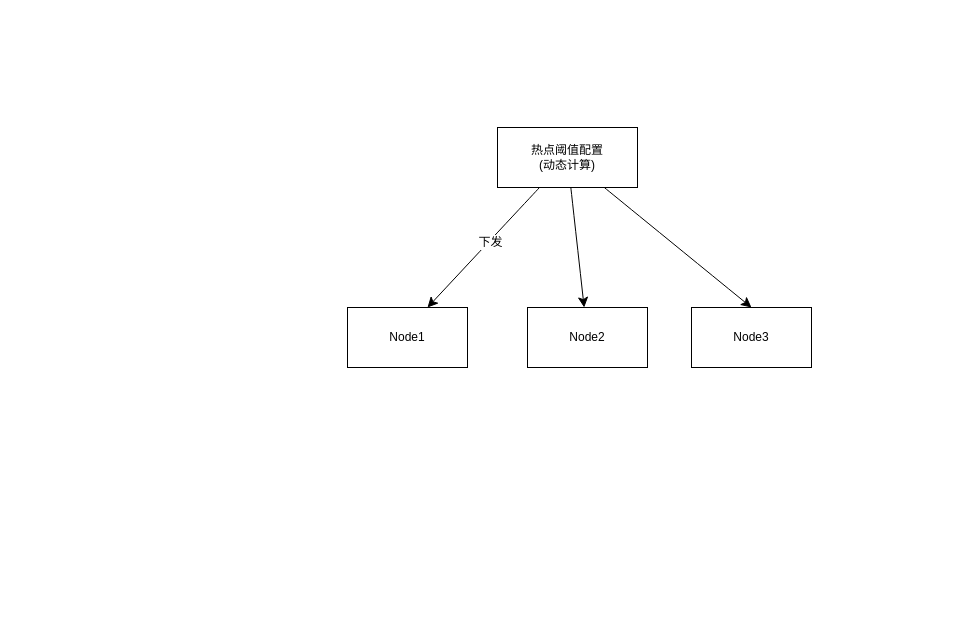
Above: 未命名绘图.drawio in codingWhat/drawio (draw.io), before the change. Source tidied: cells renumbered, new cells numbered last; positions are measured from the earlier drawing's top-left corner, leaving out a move shared by most shapes. Both pictures are drawn from the tidied source at 100%, with x=0, y=0 at pixel (347, 127).
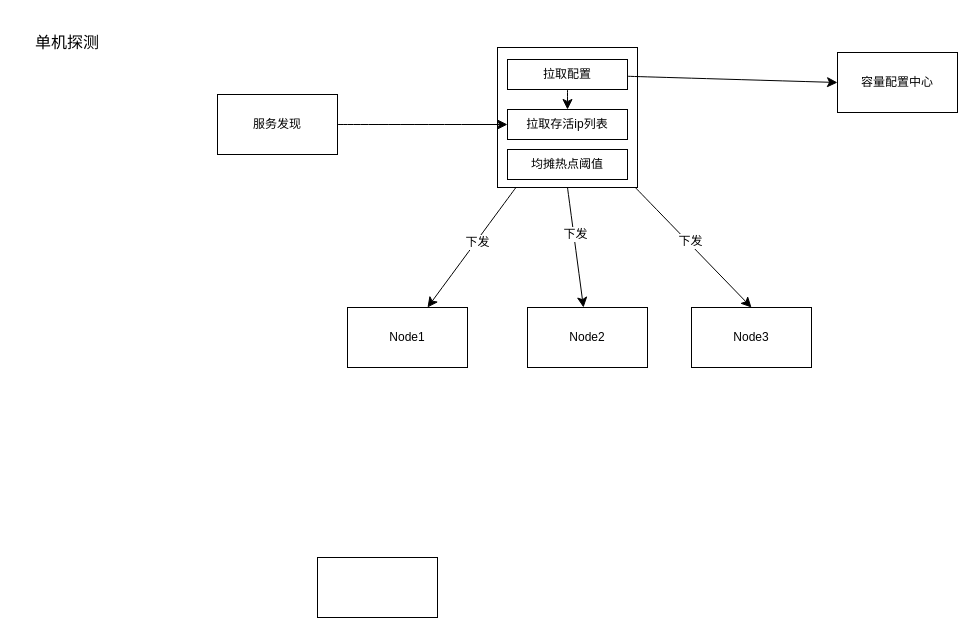
The same page after the edit.

Unchanged cells that the change refers to:
```xml
<mxCell id="5" style="edgeStyle=none;curved=1;rounded=0;jettySize=auto;html=1;entryX=0.5;entryY=0;entryDx=0;entryDy=0;fontSize=12;startSize=8;endSize=8;" parent="1" edge="1" source="6" target="9">
  <mxGeometry relative="1" as="geometry" />
</mxCell>
<mxCell id="8" value="Node2" style="rounded=0;whiteSpace=wrap;html=1;" parent="1" vertex="1">
  <mxGeometry x="180" y="180" width="120" height="60" as="geometry" />
</mxCell>
```

Change to the diagram source:
```diff
@@
-    <mxCell id="4" style="edgeStyle=none;curved=1;rounded=0;jettySize=auto;html=1;fontSize=12;startSize=8;endSize=8;" parent="1" edge="1" source="6" target="8">
+    <mxCell id="4" style="edgeStyle=none;curved=1;rounded=0;jettySize=auto;html=1;fontSize=12;startSize=8;endSize=8;exitX=0.5;exitY=1;exitDx=0;exitDy=0;" parent="1" edge="1" source="6" target="8">
       <mxGeometry relative="1" as="geometry" />
     </mxCell>
+    <mxCell id="10" value="下发" style="edgeLabel;html=1;align=center;verticalAlign=middle;fontSize=12;" parent="4" vertex="1">
+      <mxGeometry x="-0.23" y="1" relative="1" as="geometry" />
+    </mxCell>
@@
+    <mxCell id="11" value="下发" style="edgeLabel;html=1;align=center;verticalAlign=middle;fontSize=12;" parent="5" vertex="1">
+      <mxGeometry x="-0.08" y="1" relative="1" as="geometry">
+        <mxPoint y="-1" as="offset" />
+      </mxGeometry>
+    </mxCell>
-    <mxCell id="6" value="热点阈值配置&lt;br&gt;(动态计算)" style="rounded=0;whiteSpace=wrap;html=1;" parent="1" vertex="1">
-      <mxGeometry x="150" width="140" height="60" as="geometry" />
+    <mxCell id="6" style="rounded=0;whiteSpace=wrap;html=1;" parent="1" vertex="1">
+      <mxGeometry x="150" y="-80" width="140" height="140" as="geometry" />
     </mxCell>
@@
+    <mxCell id="12" style="edgeStyle=none;curved=1;rounded=0;jettySize=auto;html=1;fontSize=12;startSize=8;endSize=8;entryX=0;entryY=0.5;entryDx=0;entryDy=0;" parent="1" edge="1" source="13" target="18">
+      <mxGeometry relative="1" as="geometry" />
+    </mxCell>
+    <mxCell id="13" value="服务发现" style="rounded=0;whiteSpace=wrap;html=1;" parent="1" vertex="1">
+      <mxGeometry x="-130" y="-33" width="120" height="60" as="geometry" />
+    </mxCell>
+    <mxCell id="14" style="edgeStyle=none;curved=1;rounded=0;jettySize=auto;html=1;entryX=0;entryY=0.5;entryDx=0;entryDy=0;fontSize=12;startSize=8;endSize=8;" parent="1" edge="1" source="16" target="17">
+      <mxGeometry relative="1" as="geometry" />
+    </mxCell>
+    <mxCell id="15" style="edgeStyle=none;curved=1;rounded=0;jettySize=auto;html=1;fontSize=12;startSize=8;endSize=8;" parent="1" edge="1" source="16" target="18">
+      <mxGeometry relative="1" as="geometry" />
+    </mxCell>
+    <mxCell id="16" value="拉取配置" style="rounded=0;whiteSpace=wrap;html=1;" parent="1" vertex="1">
+      <mxGeometry x="160" y="-68" width="120" height="30" as="geometry" />
+    </mxCell>
+    <mxCell id="17" value="容量配置中心" style="rounded=0;whiteSpace=wrap;html=1;" parent="1" vertex="1">
+      <mxGeometry x="490" y="-75" width="120" height="60" as="geometry" />
+    </mxCell>
+    <mxCell id="18" value="拉取存活ip列表" style="rounded=0;whiteSpace=wrap;html=1;" parent="1" vertex="1">
+      <mxGeometry x="160" y="-18" width="120" height="30" as="geometry" />
+    </mxCell>
+    <mxCell id="19" value="均摊热点阈值" style="rounded=0;whiteSpace=wrap;html=1;" parent="1" vertex="1">
+      <mxGeometry x="160" y="22" width="120" height="30" as="geometry" />
+    </mxCell>
+    <mxCell id="20" style="rounded=0;whiteSpace=wrap;html=1;" parent="1" vertex="1">
+      <mxGeometry x="-30" y="430" width="120" height="60" as="geometry" />
+    </mxCell>
+    <mxCell id="21" value="单机探测" style="text;html=1;align=center;verticalAlign=middle;whiteSpace=wrap;rounded=0;fontSize=16;" parent="1" vertex="1">
+      <mxGeometry x="-330" y="-110" width="100" height="50" as="geometry" />
+    </mxCell>
```
